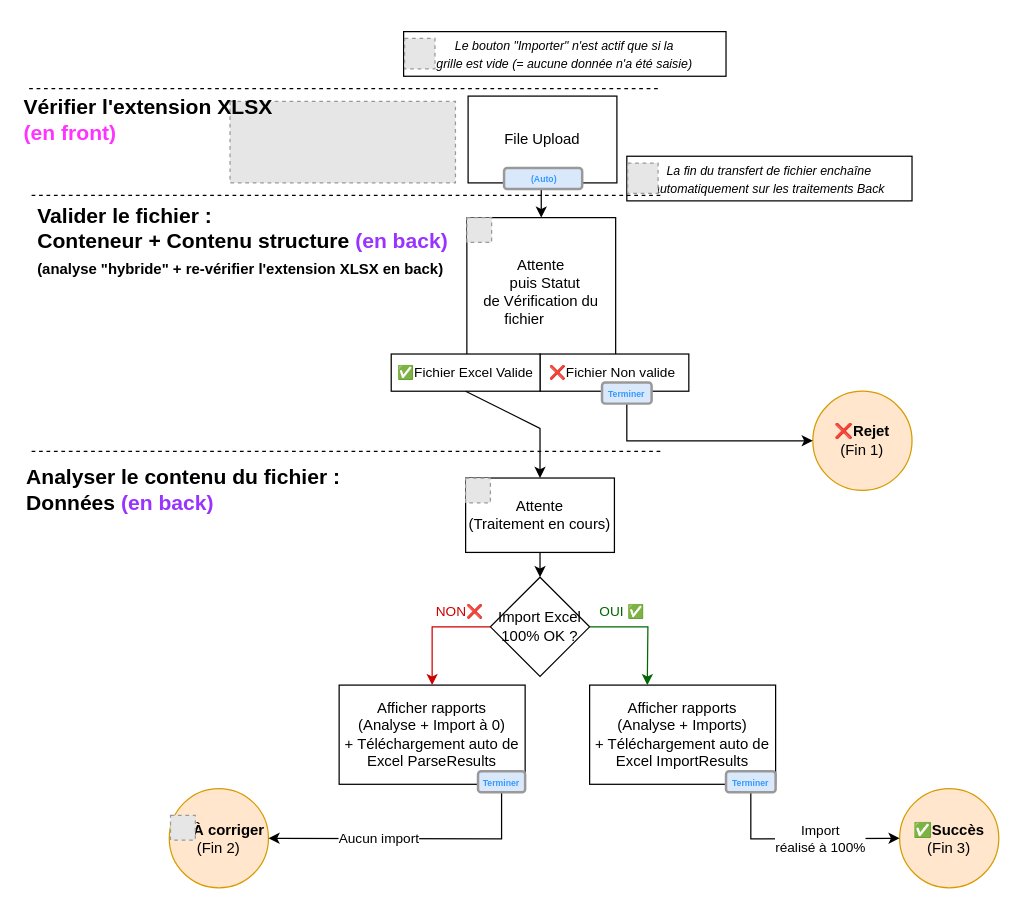
This is Spécifications/Copy of Import Excel - Diagram d'enchaînement des écrans.drawio from xarich/XRIPersonalWiki, a draw.io file, before an edit. Source tidied: cells renumbered, new cells numbered last; positions are measured from the earlier drawing's top-left corner, leaving out a move shared by most shapes. Both pictures are drawn from the tidied source at 124%, with x=0, y=0 at pixel (21, 31). Pictures stored in the file or linked from it are replaced by grey dashed boxes.
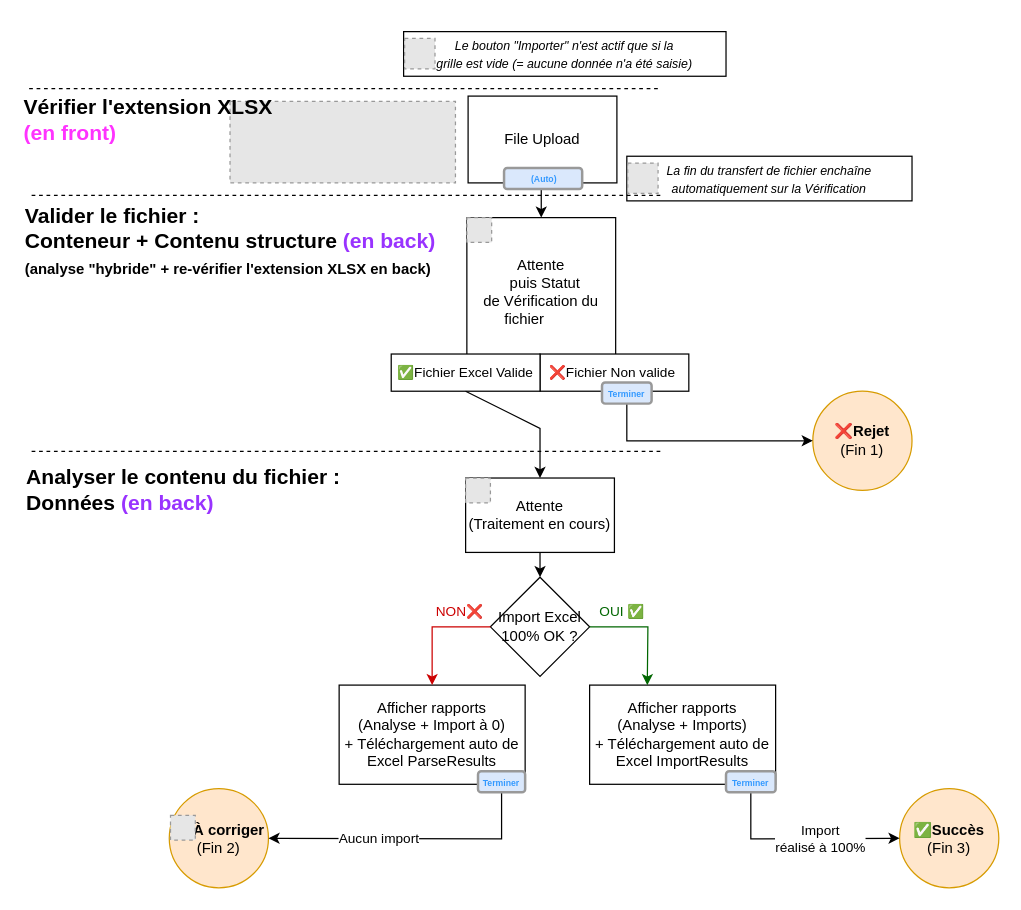
After the change.

The change refers to these unchanged cells:
```xml
<mxCell id="28" style="group;" parent="1" vertex="1">
  <mxGeometry x="488" y="100.5" width="230" height="36" as="geometry" />
</mxCell>
```

What changed in the source:
```diff
@@
-    <mxCell id="29" value="&lt;p&gt;&lt;i&gt;&lt;font size=&quot;1&quot;&gt;La fin du transfert de fichier&amp;nbsp;enchaîne&lt;br&gt;automatiquement sur les traitements Back&lt;/font&gt;&lt;/i&gt;&lt;/p&gt;" style="whiteSpace=wrap;html=1;align=center;labelBorderColor=none;sketch=0;" parent="28" vertex="1">
+    <mxCell id="29" value="&lt;p&gt;&lt;i&gt;&lt;font size=&quot;1&quot;&gt;La fin du transfert de fichier&amp;nbsp;enchaîne&lt;br&gt;automatiquement sur la Vérification&lt;/font&gt;&lt;/i&gt;&lt;/p&gt;" style="whiteSpace=wrap;html=1;align=center;labelBorderColor=none;sketch=0;" parent="28" vertex="1">
       <mxGeometry width="230" height="36" as="geometry" />
     </mxCell>
@@
     <mxCell id="36" value="&lt;div style=&quot;text-align: left&quot;&gt;&lt;span&gt;Valider le fichier :&lt;/span&gt;&lt;/div&gt;&lt;div style=&quot;text-align: left&quot;&gt;&lt;span&gt;Conteneur + Contenu structure&amp;nbsp;&lt;/span&gt;&lt;font color=&quot;#9933ff&quot;&gt;(en back)&lt;/font&gt;&lt;span&gt;&lt;br&gt;&lt;/span&gt;&lt;/div&gt;&lt;div style=&quot;text-align: left&quot;&gt;&lt;span style=&quot;font-size: 12px&quot;&gt;(analyse &quot;hybride&quot; + re-vérifier l'extension XLSX en&amp;nbsp;&lt;/span&gt;&lt;span style=&quot;font-size: 12px&quot;&gt;back)&lt;/span&gt;&lt;/div&gt;" style="text;strokeColor=none;fillColor=none;html=1;fontSize=17;fontStyle=1;verticalAlign=middle;align=center;" parent="1" vertex="1">
-      <mxGeometry x="127" y="150" width="102" height="40" as="geometry" />
+      <mxGeometry x="117" y="150" width="102" height="40" as="geometry" />
     </mxCell>
```
